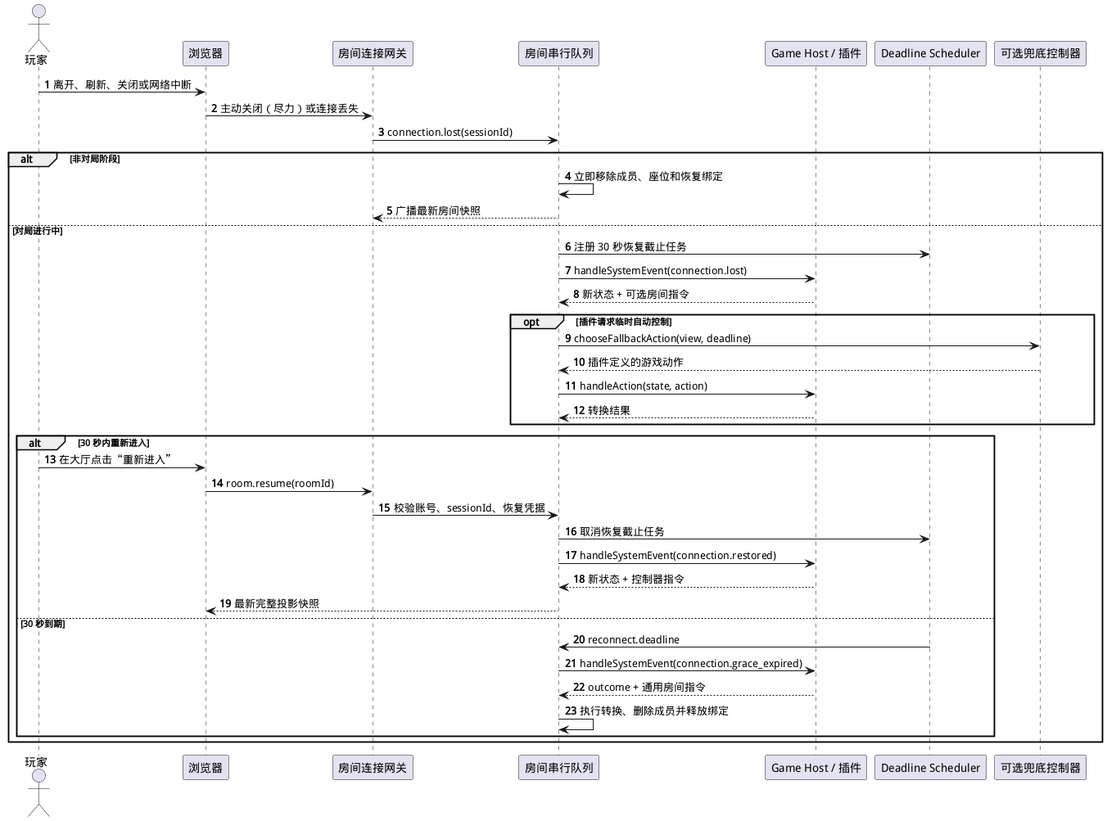
Earlier version of the PlantUML export docs/images/architecture-fig03.png (huzife/tabletop).
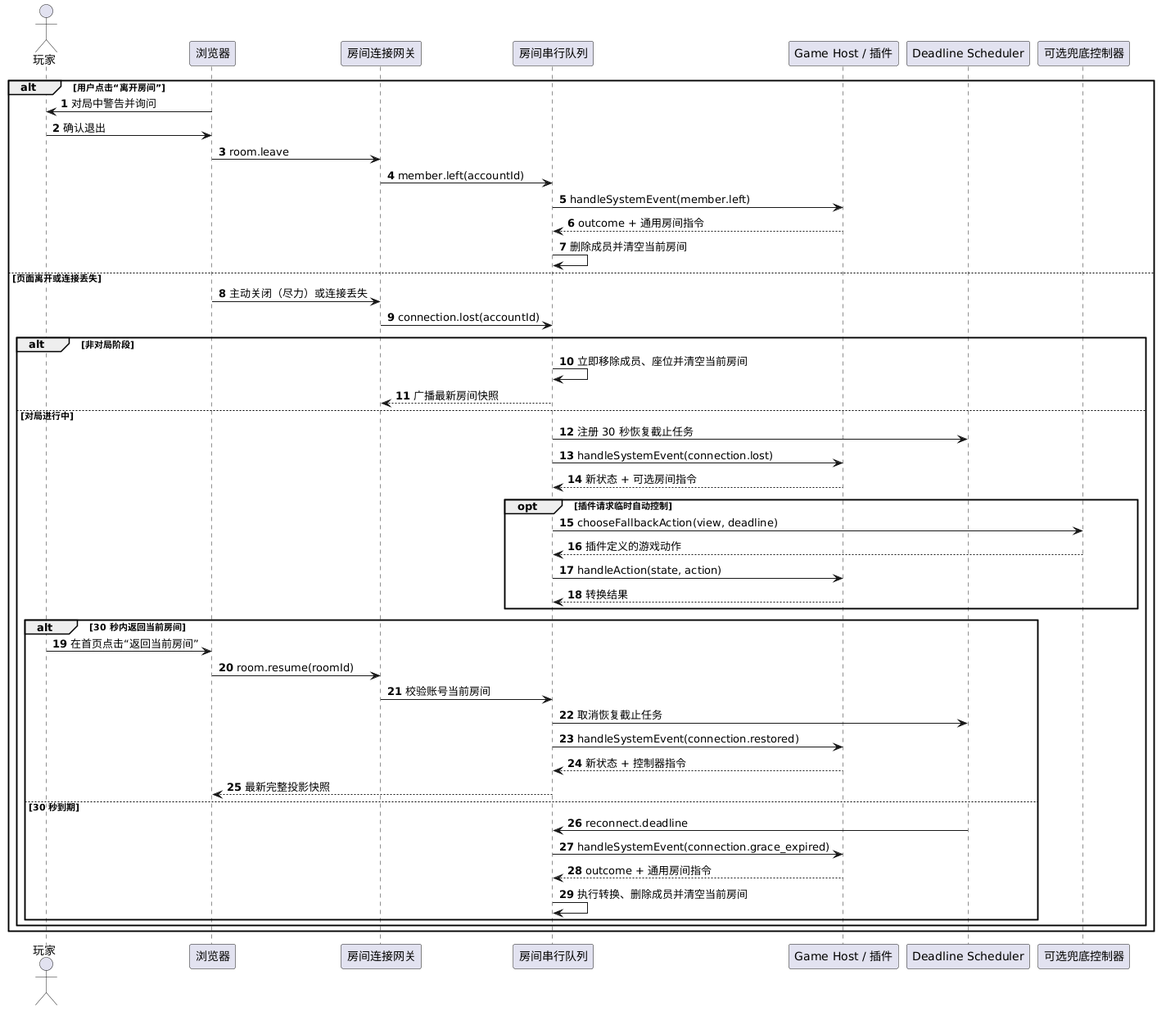
Later version of the same file.

The edit, as a diff of the source:
```diff
@@ -12,14 +12,22 @@
 participant "Deadline Scheduler" as Scheduler
 participant "可选兜底控制器" as Fallback
 
-玩家 -> 浏览器 : 离开、刷新、关闭或网络中断
-浏览器 -> Gateway : 主动关闭（尽力）或连接丢失
-Gateway -> Queue : connection.lost(sessionId)
+alt 用户点击“离开房间”
+  浏览器 -> 玩家 : 对局中警告并询问
+  玩家 -> 浏览器 : 确认退出
+  浏览器 -> Gateway : room.leave
+  Gateway -> Queue : member.left(accountId)
+  Queue -> Host : handleSystemEvent(member.left)
+  Host --> Queue : outcome + 通用房间指令
+  Queue -> Queue : 删除成员并清空当前房间
+else 页面离开或连接丢失
+  浏览器 -> Gateway : 主动关闭（尽力）或连接丢失
+  Gateway -> Queue : connection.lost(accountId)
 
-alt 非对局阶段
-  Queue -> Queue : 立即移除成员、座位和恢复绑定
-  Queue --> Gateway : 广播最新房间快照
-else 对局进行中
+  alt 非对局阶段
+    Queue -> Queue : 立即移除成员、座位并清空当前房间
+    Queue --> Gateway : 广播最新房间快照
+  else 对局进行中
   Queue -> Scheduler : 注册 30 秒恢复截止任务
   Queue -> Host : handleSystemEvent(connection.lost)
   Host --> Queue : 新状态 + 可选房间指令
@@ -31,10 +39,10 @@
     Host --> Queue : 转换结果
   end
 
-  alt 30 秒内重新进入
-    玩家 -> 浏览器 : 在大厅点击“重新进入”
+  alt 30 秒内返回当前房间
+    玩家 -> 浏览器 : 在首页点击“返回当前房间”
     浏览器 -> Gateway : room.resume(roomId)
-    Gateway -> Queue : 校验账号、sessionId、恢复凭据
+    Gateway -> Queue : 校验账号当前房间
     Queue -> Scheduler : 取消恢复截止任务
     Queue -> Host : handleSystemEvent(connection.restored)
     Host --> Queue : 新状态 + 控制器指令
@@ -43,7 +51,8 @@
     Scheduler -> Queue : reconnect.deadline
     Queue -> Host : handleSystemEvent(connection.grace_expired)
     Host --> Queue : outcome + 通用房间指令
-    Queue -> Queue : 执行转换、删除成员并释放绑定
+    Queue -> Queue : 执行转换、删除成员并清空当前房间
+  end
   end
 end
 @enduml
```
